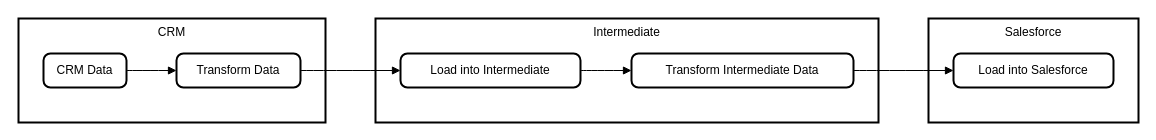
Before: Data Migration Flowchart.drawio in datamike/GithubSearch, a draw.io diagram. Source tidied: cells renumbered, new cells numbered last; positions are measured from the earlier drawing's top-left corner, leaving out a move shared by most shapes. Both pictures are drawn from the tidied source at 100%, with x=0, y=0 at pixel (18, 18).
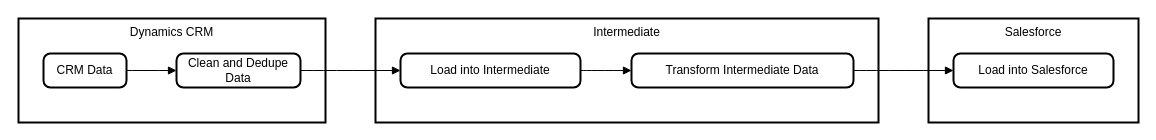
Above is the later version.

What changed in the source:
```diff
@@
 <mxGraphModel>
   <root>
     <mxCell id="0" />
     <mxCell id="1" parent="0" />
     <mxCell id="2" value="Salesforce" style="whiteSpace=wrap;strokeWidth=2;verticalAlign=top;" parent="1" vertex="1">
       <mxGeometry x="910" width="210" height="104" as="geometry" />
     </mxCell>
     <mxCell id="3" value="Load into Salesforce" style="rounded=1;absoluteArcSize=1;arcSize=14;whiteSpace=wrap;strokeWidth=2;" parent="1" vertex="1">
       <mxGeometry x="935" y="35" width="160" height="34" as="geometry" />
     </mxCell>
     <mxCell id="4" value="Intermediate" style="whiteSpace=wrap;strokeWidth=2;verticalAlign=top;" parent="1" vertex="1">
       <mxGeometry x="357" width="503" height="104" as="geometry" />
     </mxCell>
     <mxCell id="5" value="Load into Intermediate" style="rounded=1;absoluteArcSize=1;arcSize=14;whiteSpace=wrap;strokeWidth=2;" parent="1" vertex="1">
       <mxGeometry x="382" y="35" width="180" height="34" as="geometry" />
     </mxCell>
     <mxCell id="6" value="Transform Intermediate Data" style="rounded=1;absoluteArcSize=1;arcSize=14;whiteSpace=wrap;strokeWidth=2;" parent="1" vertex="1">
       <mxGeometry x="613" y="35" width="222" height="34" as="geometry" />
     </mxCell>
-    <mxCell id="7" value="CRM" style="whiteSpace=wrap;strokeWidth=2;verticalAlign=top;" parent="1" vertex="1">
+    <mxCell id="7" value="Dynamics CRM" style="whiteSpace=wrap;strokeWidth=2;verticalAlign=top;" parent="1" vertex="1">
       <mxGeometry width="307" height="104" as="geometry" />
     </mxCell>
-    <mxCell id="8" value="Transform Data" style="rounded=1;absoluteArcSize=1;arcSize=14;whiteSpace=wrap;strokeWidth=2;" parent="1" vertex="1">
+    <mxCell id="8" value="Clean and Dedupe Data" style="rounded=1;absoluteArcSize=1;arcSize=14;whiteSpace=wrap;strokeWidth=2;" parent="1" vertex="1">
       <mxGeometry x="158" y="35" width="124" height="34" as="geometry" />
     </mxCell>
     <mxCell id="9" value="CRM Data" style="rounded=1;absoluteArcSize=1;arcSize=14;whiteSpace=wrap;strokeWidth=2;" parent="1" vertex="1">
       <mxGeometry x="25" y="35" width="83" height="34" as="geometry" />
     </mxCell>
     <mxCell id="10" style="curved=1;startArrow=none;endArrow=block;exitX=1;exitY=0.5;entryX=0;entryY=0.5;" parent="1" edge="1" source="9" target="8">
       <mxGeometry relative="1" as="geometry" />
     </mxCell>
     <mxCell id="11" style="curved=1;startArrow=none;endArrow=block;exitX=1;exitY=0.5;entryX=0;entryY=0.5;" parent="1" edge="1" source="8" target="5">
       <mxGeometry relative="1" as="geometry" />
     </mxCell>
     <mxCell id="12" style="curved=1;startArrow=none;endArrow=block;exitX=1;exitY=0.5;entryX=0;entryY=0.5;" parent="1" edge="1" source="5" target="6">
       <mxGeometry relative="1" as="geometry" />
     </mxCell>
     <mxCell id="13" style="curved=1;startArrow=none;endArrow=block;exitX=1;exitY=0.5;entryX=0;entryY=0.5;" parent="1" edge="1" source="6" target="3">
       <mxGeometry relative="1" as="geometry" />
     </mxCell>
   </root>
 </mxGraphModel>
```
